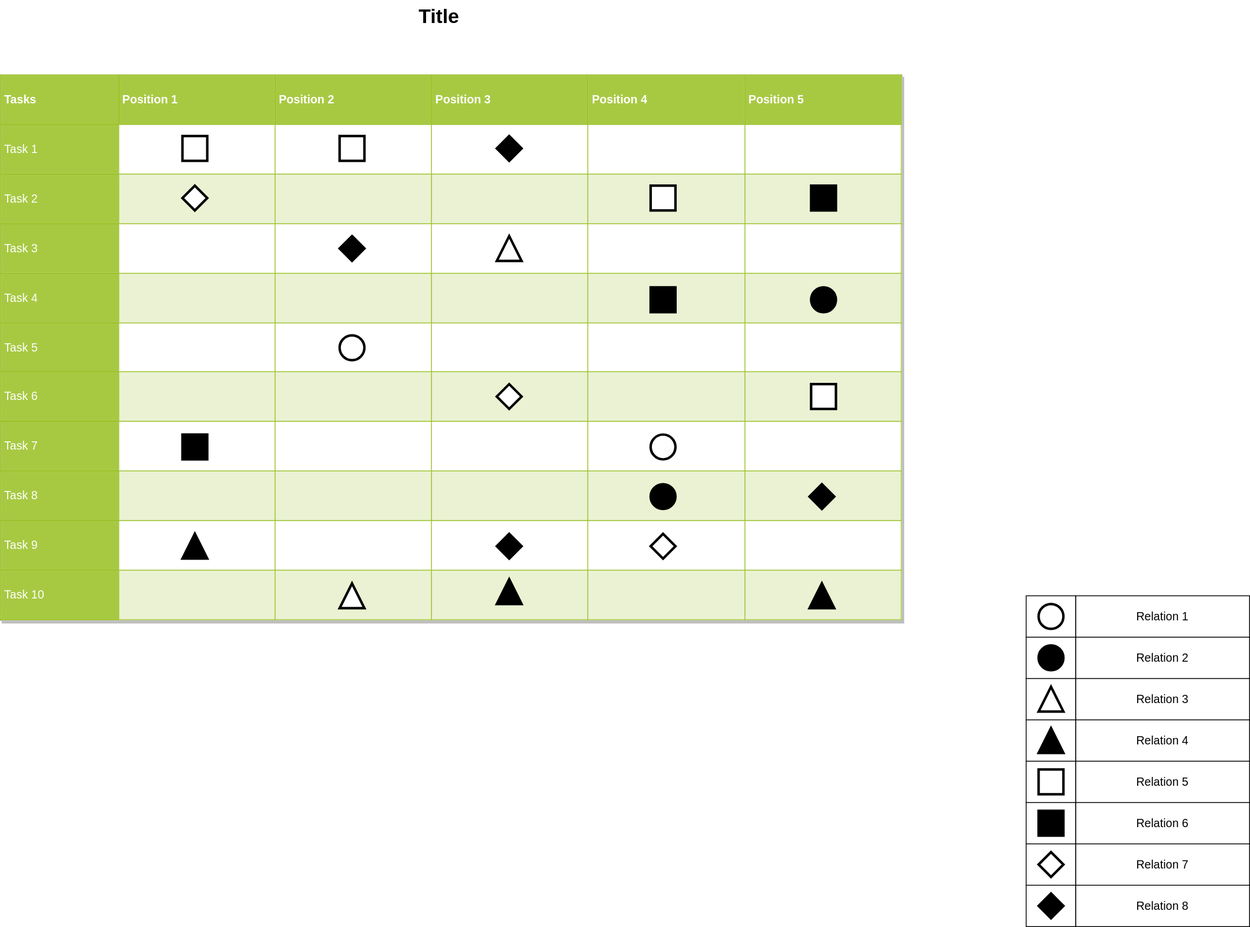
Before: 未命名绘图.drawio6.svg, a diagram exported from draw.io (caimiaoyan/mix). Source tidied: cells renumbered, new cells last; positions are measured from the earlier drawing's top-left corner, leaving out a move shared by most shapes.
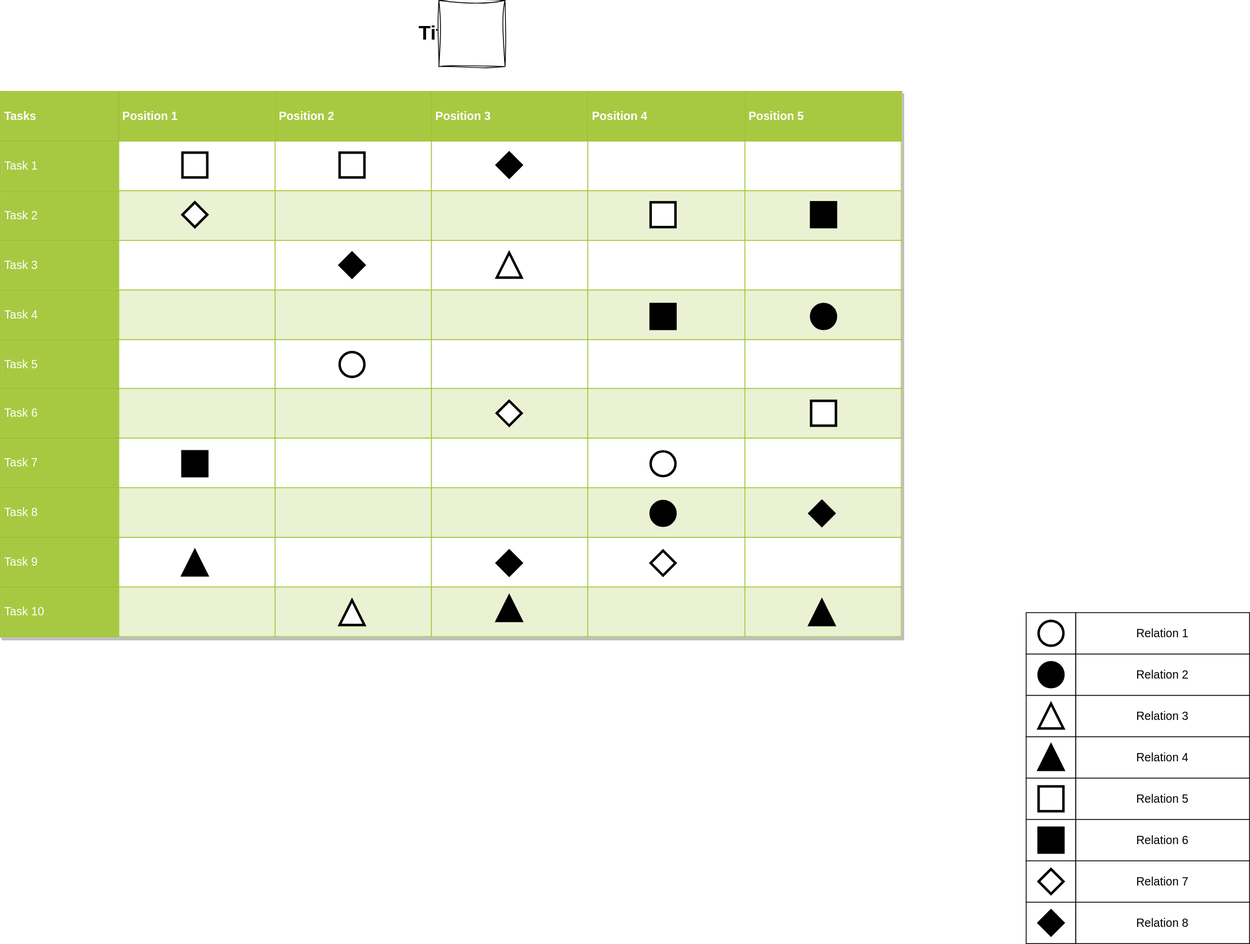
The same diagram one commit later.

Commit message:
更新未命名绘图.drawio6.svg

The edit, as a diff of the source:
```diff
@@ -149,5 +149,8 @@
     <mxCell id="50" style="rhombus;whiteSpace=wrap;html=1;rounded=0;shadow=0;strokeWidth=3;fillColor=#000000;fontSize=14;" parent="1" vertex="1">
       <mxGeometry x="600" y="645" width="30" height="30" as="geometry" />
     </mxCell>
+    <mxCell id="51" style="whiteSpace=wrap;html=1;sketch=1;hachureGap=4;jiggle=2;curveFitting=1;fontFamily=Architects Daughter;fontSource=https%3A%2F%2Ffonts.googleapis.com%2Fcss%3Ffamily%3DArchitects%2BDaughter;fontSize=20;" parent="1" vertex="1">
+      <mxGeometry x="530" y="-20" width="80" height="80" as="geometry" />
+    </mxCell>
   </root>
 </mxGraphModel>
```
